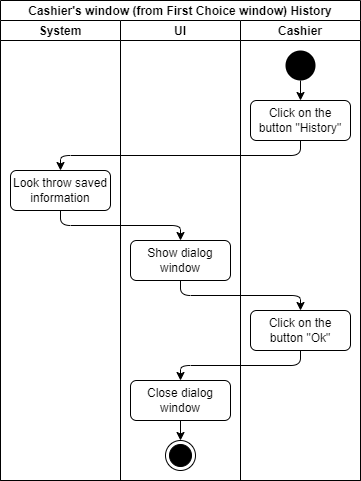
Earlier version of the draw.io export Diagrams/Cashier_UML_diagram_History.png (YurAvdeenko/CurrencyConverter). Source tidied: cells renumbered, new cells last; positions are measured from the earlier drawing's top-left corner, leaving out a move shared by most shapes.
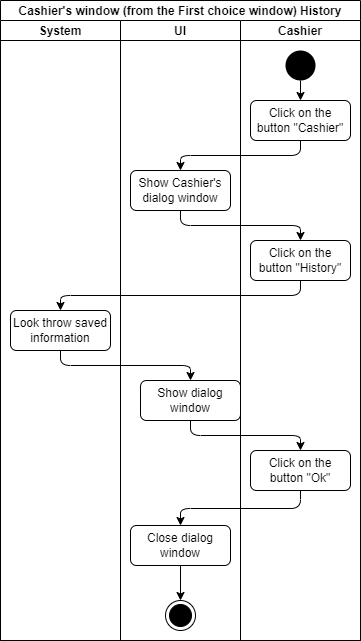
Above is the later version.

Commit message:
Fix some bugs in diagrams

Change to the diagram source:
```diff
@@ -2,58 +2,70 @@
   <root>
     <mxCell id="0" />
     <mxCell id="1" parent="0" />
-    <mxCell id="2" value="Cashier's window (from First Choice window) History" style="swimlane;startSize=20;" parent="1" vertex="1">
-      <mxGeometry width="360" height="480" as="geometry" />
-    </mxCell>
+    <mxCell id="19" value="Cashier's window (from the First choice window) History" style="swimlane;startSize=20;" parent="1" vertex="1">
+      <mxGeometry width="360" height="640" as="geometry" />
+    </mxCell>
-    <mxCell id="3" value="System" style="swimlane;startSize=20;" parent="2" vertex="1">
-      <mxGeometry y="20" width="120" height="460" as="geometry" />
+    <mxCell id="3" value="System" style="swimlane;startSize=20;" parent="19" vertex="1">
+      <mxGeometry y="20" width="120" height="620" as="geometry" />
     </mxCell>
     <mxCell id="4" value="Look throw saved information" style="rounded=1;whiteSpace=wrap;html=1;" parent="3" vertex="1">
-      <mxGeometry x="10" y="150" width="100" height="40" as="geometry" />
+      <mxGeometry x="10" y="290" width="100" height="40" as="geometry" />
     </mxCell>
-    <mxCell id="5" value="Ul" style="swimlane;startSize=20;" parent="2" vertex="1">
-      <mxGeometry x="120" y="20" width="120" height="460" as="geometry" />
+    <mxCell id="5" value="Ul" style="swimlane;startSize=20;" parent="19" vertex="1">
+      <mxGeometry x="120" y="20" width="120" height="620" as="geometry" />
     </mxCell>
     <mxCell id="6" value="Show dialog window" style="rounded=1;whiteSpace=wrap;html=1;" parent="5" vertex="1">
-      <mxGeometry x="10" y="220" width="100" height="40" as="geometry" />
+      <mxGeometry x="20" y="360" width="100" height="40" as="geometry" />
     </mxCell>
-    <mxCell id="7" style="edgeStyle=orthogonalEdgeStyle;rounded=0;jettySize=auto;html=1;exitX=0.5;exitY=1;exitDx=0;exitDy=0;entryX=0.5;entryY=0;entryDx=0;entryDy=0;" parent="5" edge="1" source="8" target="9">
-      <mxGeometry relative="1" as="geometry" />
-    </mxCell>
+    <mxCell id="20" style="edgeStyle=orthogonalEdgeStyle;rounded=0;jettySize=auto;html=1;exitX=0.5;exitY=1;exitDx=0;exitDy=0;entryX=0.5;entryY=0;entryDx=0;entryDy=0;" parent="5" edge="1" source="8" target="21">
+      <mxGeometry relative="1" as="geometry" />
+    </mxCell>
     <mxCell id="8" value="&lt;span&gt;Close dialog window&lt;/span&gt;" style="rounded=1;whiteSpace=wrap;html=1;" parent="5" vertex="1">
-      <mxGeometry x="10" y="360" width="100" height="40" as="geometry" />
+      <mxGeometry x="10" y="505" width="100" height="40" as="geometry" />
     </mxCell>
-    <mxCell id="9" style="ellipse;html=1;shape=endState;fillColor=#000000;strokeColor=#000000;" parent="5" vertex="1">
-      <mxGeometry x="45" y="420" width="30" height="30" as="geometry" />
-    </mxCell>
+    <mxCell id="21" style="ellipse;html=1;shape=endState;fillColor=#000000;strokeColor=#000000;" parent="5" vertex="1">
+      <mxGeometry x="45" y="580" width="30" height="30" as="geometry" />
+    </mxCell>
+    <mxCell id="22" value="Show Cashier's dialog window" style="rounded=1;whiteSpace=wrap;html=1;" parent="5" vertex="1">
+      <mxGeometry x="10" y="150" width="100" height="40" as="geometry" />
+    </mxCell>
-    <mxCell id="10" value="Cashier" style="swimlane;startSize=20;" parent="2" vertex="1">
-      <mxGeometry x="240" y="20" width="120" height="460" as="geometry" />
+    <mxCell id="10" value="Cashier" style="swimlane;startSize=20;" parent="19" vertex="1">
+      <mxGeometry x="240" y="20" width="120" height="620" as="geometry" />
     </mxCell>
-    <mxCell id="11" style="edgeStyle=orthogonalEdgeStyle;rounded=0;jettySize=auto;html=1;exitX=0.5;exitY=1;exitDx=0;exitDy=0;entryX=0.5;entryY=0;entryDx=0;entryDy=0;" parent="10" edge="1" source="12" target="13">
-      <mxGeometry relative="1" as="geometry" />
-    </mxCell>
+    <mxCell id="23" style="edgeStyle=orthogonalEdgeStyle;rounded=0;jettySize=auto;html=1;exitX=0.5;exitY=1;exitDx=0;exitDy=0;entryX=0.5;entryY=0;entryDx=0;entryDy=0;" parent="10" edge="1" source="12">
+      <mxGeometry relative="1" as="geometry">
+        <mxPoint x="60" y="80" as="targetPoint" />
+      </mxGeometry>
+    </mxCell>
     <mxCell id="12" style="ellipse;fillColor=#000000;strokeColor=none;" parent="10" vertex="1">
       <mxGeometry x="45" y="30" width="30" height="30" as="geometry" />
     </mxCell>
+    <mxCell id="14" value="&lt;span&gt;Click on the button &quot;Ok&quot;&lt;/span&gt;" style="rounded=1;whiteSpace=wrap;html=1;" parent="10" vertex="1">
+      <mxGeometry x="10" y="430" width="100" height="40" as="geometry" />
+    </mxCell>
+    <mxCell id="24" value="&lt;span&gt;Click on the button &quot;Cashier&quot;&lt;/span&gt;" style="rounded=1;whiteSpace=wrap;html=1;" parent="10" vertex="1">
+      <mxGeometry x="10" y="80" width="100" height="40" as="geometry" />
+    </mxCell>
     <mxCell id="13" value="&lt;span&gt;Click on the button &quot;History&quot;&lt;/span&gt;" style="rounded=1;whiteSpace=wrap;html=1;" parent="10" vertex="1">
-      <mxGeometry x="10" y="80" width="100" height="40" as="geometry" />
+      <mxGeometry x="10" y="220" width="100" height="40" as="geometry" />
     </mxCell>
-    <mxCell id="14" value="&lt;span&gt;Click on the button &quot;Ok&quot;&lt;/span&gt;" style="rounded=1;whiteSpace=wrap;html=1;" parent="10" vertex="1">
-      <mxGeometry x="10" y="290" width="100" height="40" as="geometry" />
-    </mxCell>
-    <mxCell id="15" style="edgeStyle=elbowEdgeStyle;elbow=vertical;endArrow=classic;html=1;exitX=0.5;exitY=1;exitDx=0;exitDy=0;entryX=0.5;entryY=0;entryDx=0;entryDy=0;" parent="2" edge="1" source="4" target="6">
+    <mxCell id="15" style="edgeStyle=elbowEdgeStyle;elbow=vertical;endArrow=classic;html=1;exitX=0.5;exitY=1;exitDx=0;exitDy=0;entryX=0.5;entryY=0;entryDx=0;entryDy=0;" parent="19" edge="1" source="4" target="6">
       <mxGeometry relative="1" as="geometry" />
     </mxCell>
-    <mxCell id="16" style="edgeStyle=elbowEdgeStyle;elbow=vertical;endArrow=classic;html=1;exitX=0.5;exitY=1;exitDx=0;exitDy=0;entryX=0.5;entryY=0;entryDx=0;entryDy=0;" parent="2" edge="1" source="6" target="14">
+    <mxCell id="16" style="edgeStyle=elbowEdgeStyle;elbow=vertical;endArrow=classic;html=1;exitX=0.5;exitY=1;exitDx=0;exitDy=0;entryX=0.5;entryY=0;entryDx=0;entryDy=0;" parent="19" edge="1" source="6" target="14">
       <mxGeometry relative="1" as="geometry" />
     </mxCell>
-    <mxCell id="17" style="edgeStyle=elbowEdgeStyle;elbow=vertical;endArrow=classic;html=1;exitX=0.5;exitY=1;exitDx=0;exitDy=0;entryX=0.5;entryY=0;entryDx=0;entryDy=0;" parent="2" edge="1" source="14" target="8">
+    <mxCell id="17" style="edgeStyle=elbowEdgeStyle;elbow=vertical;endArrow=classic;html=1;exitX=0.5;exitY=1;exitDx=0;exitDy=0;entryX=0.5;entryY=0;entryDx=0;entryDy=0;" parent="19" edge="1" source="14" target="8">
       <mxGeometry relative="1" as="geometry" />
     </mxCell>
-    <mxCell id="18" style="edgeStyle=elbowEdgeStyle;elbow=vertical;endArrow=classic;html=1;exitX=0.5;exitY=1;exitDx=0;exitDy=0;entryX=0.5;entryY=0;entryDx=0;entryDy=0;" parent="1" edge="1" target="4">
-      <mxGeometry relative="1" as="geometry">
-        <mxPoint x="300" y="140" as="sourcePoint" />
-      </mxGeometry>
-    </mxCell>
+    <mxCell id="25" style="edgeStyle=elbowEdgeStyle;elbow=vertical;endArrow=classic;html=1;exitX=0.5;exitY=1;exitDx=0;exitDy=0;entryX=0.5;entryY=0;entryDx=0;entryDy=0;" parent="19" edge="1" source="24" target="22">
+      <mxGeometry relative="1" as="geometry" />
+    </mxCell>
+    <mxCell id="26" style="edgeStyle=elbowEdgeStyle;elbow=vertical;endArrow=classic;html=1;exitX=0.5;exitY=1;exitDx=0;exitDy=0;entryX=0.5;entryY=0;entryDx=0;entryDy=0;" parent="19" edge="1" source="22" target="13">
+      <mxGeometry relative="1" as="geometry" />
+    </mxCell>
+    <mxCell id="27" style="edgeStyle=elbowEdgeStyle;elbow=vertical;endArrow=classic;html=1;exitX=0.5;exitY=1;exitDx=0;exitDy=0;entryX=0.5;entryY=0;entryDx=0;entryDy=0;" parent="19" edge="1" source="13" target="4">
+      <mxGeometry relative="1" as="geometry" />
+    </mxCell>
   </root>
 </mxGraphModel>
```
